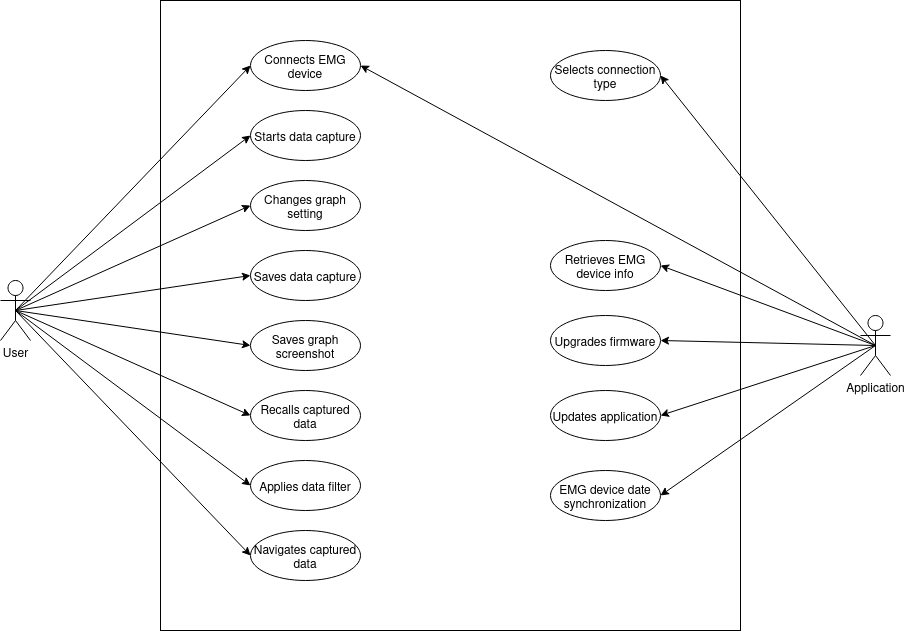
Earlier version of the draw.io export images/Project Use Case Diagram.png (gmarato/3rq3-softreq). Source tidied: cells renumbered, new cells last; positions are measured from the earlier drawing's top-left corner, leaving out a move shared by most shapes.
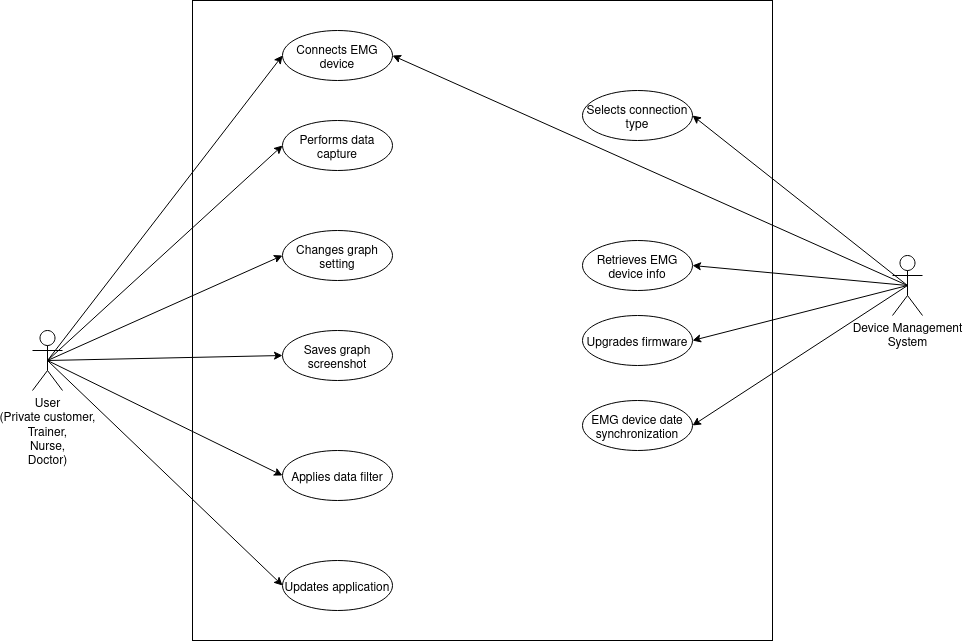
After the change.

Change to the diagram source:
```diff
@@ -3,7 +3,7 @@
     <mxCell id="0" />
     <mxCell id="1" parent="0" />
     <mxCell id="2" style="rounded=0;whiteSpace=wrap;html=1;" parent="1" vertex="1">
-      <mxGeometry x="160" width="580" height="630" as="geometry" />
+      <mxGeometry x="160" width="580" height="640" as="geometry" />
     </mxCell>
     <mxCell id="3" style="edgeStyle=none;rounded=0;jettySize=auto;html=1;exitX=0.5;exitY=0.5;exitDx=0;exitDy=0;exitPerimeter=0;entryX=1;entryY=0.5;entryDx=0;entryDy=0;" parent="1" edge="1" source="9" target="23">
       <mxGeometry relative="1" as="geometry" />
@@ -14,17 +14,14 @@
     <mxCell id="5" style="edgeStyle=none;rounded=0;jettySize=auto;html=1;exitX=0.5;exitY=0.5;exitDx=0;exitDy=0;exitPerimeter=0;entryX=1;entryY=0.5;entryDx=0;entryDy=0;" parent="1" edge="1" source="9" target="28">
       <mxGeometry relative="1" as="geometry" />
     </mxCell>
-    <mxCell id="6" style="edgeStyle=none;rounded=0;jettySize=auto;html=1;exitX=0.5;exitY=0.5;exitDx=0;exitDy=0;exitPerimeter=0;entryX=1;entryY=0.5;entryDx=0;entryDy=0;" parent="1" edge="1" source="9" target="29">
-      <mxGeometry relative="1" as="geometry" />
-    </mxCell>
     <mxCell id="7" style="edgeStyle=none;rounded=0;jettySize=auto;html=1;exitX=0.5;exitY=0.5;exitDx=0;exitDy=0;exitPerimeter=0;entryX=1;entryY=0.5;entryDx=0;entryDy=0;" parent="1" edge="1" source="9" target="31">
       <mxGeometry relative="1" as="geometry" />
     </mxCell>
     <mxCell id="8" style="rounded=0;jettySize=auto;html=1;exitX=0.5;exitY=0.5;exitDx=0;exitDy=0;exitPerimeter=0;entryX=1;entryY=0.5;entryDx=0;entryDy=0;" parent="1" edge="1" source="9" target="20">
       <mxGeometry relative="1" as="geometry" />
     </mxCell>
-    <mxCell id="9" value="&lt;div&gt;Application&lt;/div&gt;" style="shape=umlActor;verticalLabelPosition=bottom;verticalAlign=top;html=1;outlineConnect=0;fillColor=none;" parent="1" vertex="1">
-      <mxGeometry x="860" y="315" width="30" height="60" as="geometry" />
+    <mxCell id="9" value="&lt;div&gt;Device Management&lt;/div&gt;&lt;div&gt;System&lt;br&gt;&lt;/div&gt;" style="shape=umlActor;verticalLabelPosition=bottom;verticalAlign=top;html=1;outlineConnect=0;fillColor=none;" parent="1" vertex="1">
+      <mxGeometry x="860" y="255" width="30" height="60" as="geometry" />
     </mxCell>
     <mxCell id="10" style="rounded=0;jettySize=auto;html=1;exitX=0.5;exitY=0.5;exitDx=0;exitDy=0;exitPerimeter=0;entryX=0;entryY=0.5;entryDx=0;entryDy=0;" parent="1" edge="1" source="18" target="20">
       <mxGeometry relative="1" as="geometry" />
@@ -35,62 +32,47 @@
     <mxCell id="12" style="edgeStyle=none;rounded=0;jettySize=auto;html=1;exitX=0.5;exitY=0.5;exitDx=0;exitDy=0;exitPerimeter=0;entryX=0;entryY=0.5;entryDx=0;entryDy=0;" parent="1" edge="1" source="18" target="22">
       <mxGeometry relative="1" as="geometry" />
     </mxCell>
-    <mxCell id="13" style="edgeStyle=none;rounded=0;jettySize=auto;html=1;exitX=0.5;exitY=0.5;exitDx=0;exitDy=0;exitPerimeter=0;entryX=0;entryY=0.5;entryDx=0;entryDy=0;" parent="1" edge="1" source="18" target="26">
-      <mxGeometry relative="1" as="geometry" />
-    </mxCell>
     <mxCell id="14" style="edgeStyle=none;rounded=0;jettySize=auto;html=1;exitX=0.5;exitY=0.5;exitDx=0;exitDy=0;exitPerimeter=0;entryX=0;entryY=0.5;entryDx=0;entryDy=0;" parent="1" edge="1" source="18" target="25">
       <mxGeometry relative="1" as="geometry" />
     </mxCell>
-    <mxCell id="15" style="edgeStyle=none;rounded=0;jettySize=auto;html=1;exitX=0.5;exitY=0.5;exitDx=0;exitDy=0;exitPerimeter=0;entryX=0;entryY=0.5;entryDx=0;entryDy=0;" parent="1" edge="1" source="18" target="19">
-      <mxGeometry relative="1" as="geometry" />
-    </mxCell>
     <mxCell id="16" style="edgeStyle=none;rounded=0;jettySize=auto;html=1;exitX=0.5;exitY=0.5;exitDx=0;exitDy=0;exitPerimeter=0;entryX=0;entryY=0.5;entryDx=0;entryDy=0;" parent="1" edge="1" source="18" target="24">
       <mxGeometry relative="1" as="geometry" />
     </mxCell>
-    <mxCell id="17" style="edgeStyle=none;rounded=0;jettySize=auto;html=1;exitX=0.5;exitY=0.5;exitDx=0;exitDy=0;exitPerimeter=0;entryX=0;entryY=0.5;entryDx=0;entryDy=0;" parent="1" edge="1" source="18" target="30">
-      <mxGeometry relative="1" as="geometry" />
-    </mxCell>
+    <mxCell id="32" style="rounded=0;jettySize=auto;html=1;exitX=0.5;exitY=0.5;exitDx=0;exitDy=0;exitPerimeter=0;entryX=0;entryY=0.5;entryDx=0;entryDy=0;" parent="1" edge="1" source="18" target="29">
+      <mxGeometry relative="1" as="geometry" />
+    </mxCell>
-    <mxCell id="18" value="User" style="shape=umlActor;verticalLabelPosition=bottom;verticalAlign=top;html=1;outlineConnect=0;fillColor=none;" parent="1" vertex="1">
-      <mxGeometry y="280" width="30" height="60" as="geometry" />
+    <mxCell id="18" value="&lt;div&gt;User&lt;/div&gt;&lt;div&gt;(Private customer,&lt;/div&gt;&lt;div&gt;Trainer,&lt;/div&gt;&lt;div&gt;Nurse,&lt;/div&gt;&lt;div&gt;Doctor)&lt;br&gt;&lt;/div&gt;" style="shape=umlActor;verticalLabelPosition=bottom;verticalAlign=top;html=1;outlineConnect=0;fillColor=none;" parent="1" vertex="1">
+      <mxGeometry y="330" width="30" height="60" as="geometry" />
     </mxCell>
-    <mxCell id="19" value="Recalls captured data" style="ellipse;whiteSpace=wrap;html=1;spacing=0;spacingTop=6;" parent="1" vertex="1">
-      <mxGeometry x="250" y="390" width="110" height="50" as="geometry" />
-    </mxCell>
     <mxCell id="20" value="Connects EMG device" style="ellipse;whiteSpace=wrap;html=1;spacingTop=5;" parent="1" vertex="1">
-      <mxGeometry x="250" y="40" width="110" height="50" as="geometry" />
+      <mxGeometry x="250" y="30" width="110" height="50" as="geometry" />
     </mxCell>
-    <mxCell id="21" value="Starts data capture" style="ellipse;whiteSpace=wrap;html=1;spacingTop=5;" parent="1" vertex="1">
-      <mxGeometry x="250" y="110" width="110" height="50" as="geometry" />
+    <mxCell id="21" value="Performs data capture" style="ellipse;whiteSpace=wrap;html=1;spacingTop=5;" parent="1" vertex="1">
+      <mxGeometry x="250" y="120" width="110" height="50" as="geometry" />
     </mxCell>
     <mxCell id="22" value="Changes graph setting" style="ellipse;whiteSpace=wrap;html=1;spacingTop=5;" parent="1" vertex="1">
-      <mxGeometry x="250" y="180" width="110" height="50" as="geometry" />
+      <mxGeometry x="250" y="230" width="110" height="50" as="geometry" />
     </mxCell>
     <mxCell id="23" value="Retrieves EMG device info" style="ellipse;whiteSpace=wrap;html=1;spacingTop=5;" parent="1" vertex="1">
       <mxGeometry x="550" y="240" width="110" height="50" as="geometry" />
     </mxCell>
     <mxCell id="24" value="Applies data filter" style="ellipse;whiteSpace=wrap;html=1;spacingTop=5;" parent="1" vertex="1">
-      <mxGeometry x="250" y="460" width="110" height="50" as="geometry" />
+      <mxGeometry x="250" y="450" width="110" height="50" as="geometry" />
     </mxCell>
     <mxCell id="25" value="Saves graph screenshot" style="ellipse;whiteSpace=wrap;html=1;spacingTop=5;" parent="1" vertex="1">
-      <mxGeometry x="250" y="320" width="110" height="50" as="geometry" />
+      <mxGeometry x="250" y="330" width="110" height="50" as="geometry" />
     </mxCell>
-    <mxCell id="26" value="Saves data capture" style="ellipse;whiteSpace=wrap;html=1;spacingTop=5;" parent="1" vertex="1">
-      <mxGeometry x="250" y="250" width="110" height="50" as="geometry" />
-    </mxCell>
     <mxCell id="27" value="Selects connection type" style="ellipse;whiteSpace=wrap;html=1;spacingTop=5;" parent="1" vertex="1">
-      <mxGeometry x="550" y="50" width="110" height="50" as="geometry" />
+      <mxGeometry x="550" y="90" width="110" height="50" as="geometry" />
     </mxCell>
     <mxCell id="28" value="Upgrades firmware" style="ellipse;whiteSpace=wrap;html=1;spacingTop=5;" parent="1" vertex="1">
       <mxGeometry x="550" y="315" width="110" height="50" as="geometry" />
     </mxCell>
     <mxCell id="29" value="Updates application" style="ellipse;whiteSpace=wrap;html=1;spacingTop=5;" parent="1" vertex="1">
-      <mxGeometry x="550" y="390" width="110" height="50" as="geometry" />
+      <mxGeometry x="250" y="560" width="110" height="50" as="geometry" />
     </mxCell>
-    <mxCell id="30" value="Navigates captured data" style="ellipse;whiteSpace=wrap;html=1;spacingTop=5;" parent="1" vertex="1">
-      <mxGeometry x="250" y="530" width="110" height="50" as="geometry" />
-    </mxCell>
     <mxCell id="31" value="EMG device date synchronization" style="ellipse;whiteSpace=wrap;html=1;spacingTop=5;" parent="1" vertex="1">
-      <mxGeometry x="550" y="470" width="110" height="50" as="geometry" />
+      <mxGeometry x="550" y="400" width="110" height="50" as="geometry" />
     </mxCell>
   </root>
 </mxGraphModel>
```
